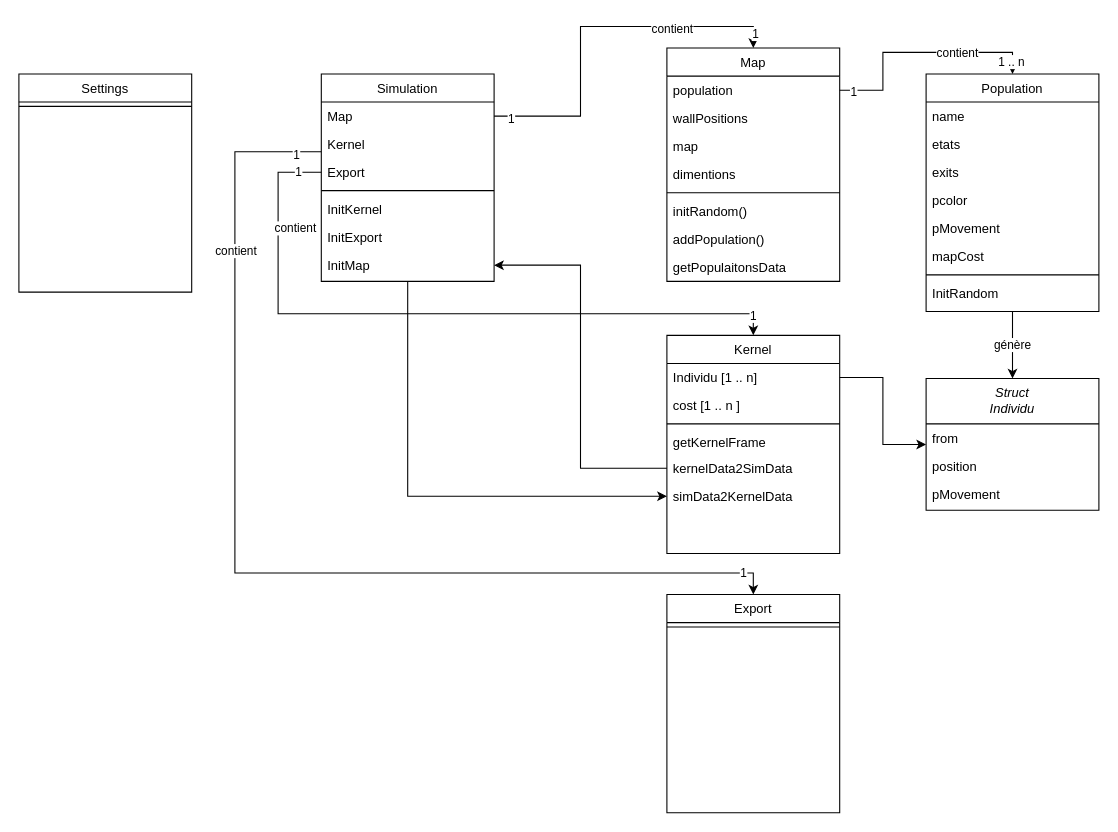
Before: markdown/content/digramULM.drawio in pastekaztekastor/Crowd-Simulation, a draw.io diagram. Source tidied: cells renumbered, new cells numbered last; positions are measured from the earlier drawing's top-left corner, leaving out a move shared by most shapes. Both pictures are drawn from the tidied source at 108%, with x=0, y=0 at pixel (18, 48).
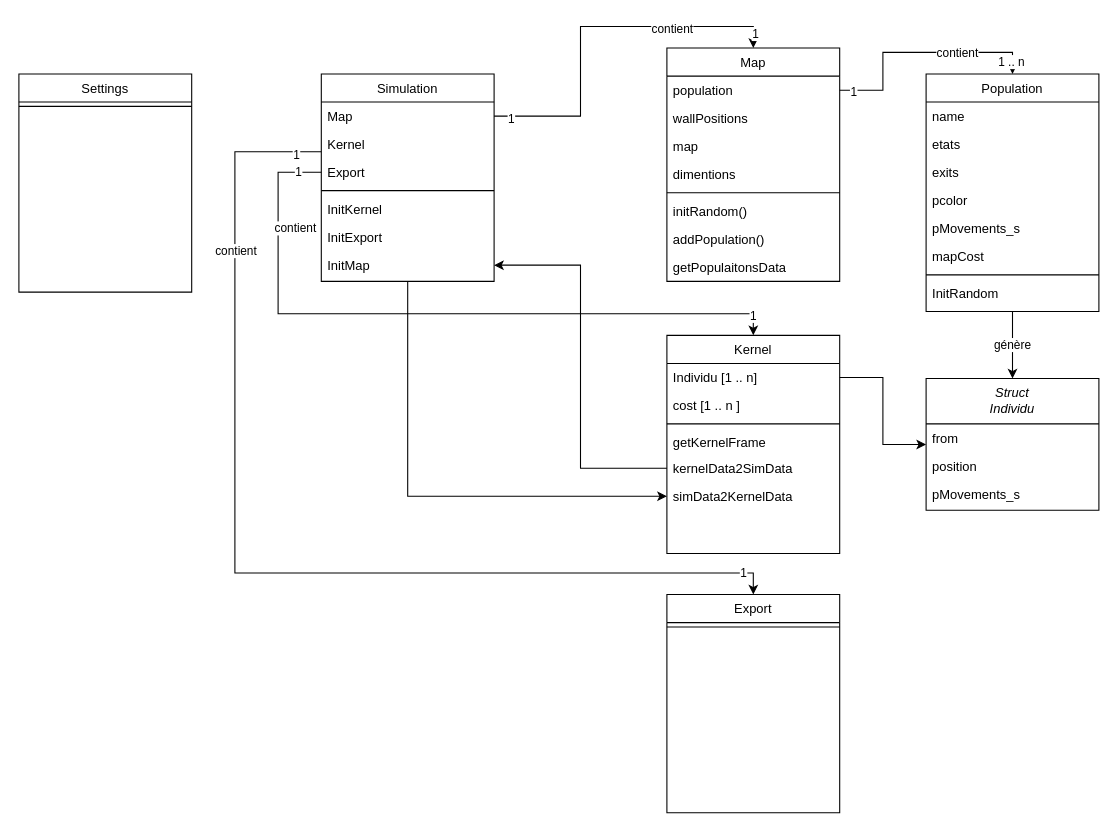
The same page after the edit.

The change refers to these unchanged cells:
```xml
<mxCell id="3" value="Population" style="swimlane;fontStyle=0;align=center;verticalAlign=top;horizontal=1;startSize=26;rounded=0;shadow=0;strokeWidth=1;" parent="1" vertex="1">
  <mxGeometry x="840" y="24" width="160" height="220" as="geometry" />
</mxCell>
<mxCell id="56" value="Struct&#10;Individu" style="swimlane;fontStyle=2;align=center;verticalAlign=top;horizontal=1;startSize=42;rounded=0;shadow=0;strokeWidth=1;" parent="1" vertex="1">
  <mxGeometry x="840" y="306" width="160" height="122" as="geometry" />
</mxCell>
```

The edit, as a diff of the source:
```diff
@@
-    <mxCell id="8" value="pMovement" style="text;align=left;verticalAlign=top;spacingLeft=4;spacingRight=4;overflow=hidden;rounded=0;shadow=0;html=0;" parent="3" vertex="1">
+    <mxCell id="8" value="pMovements_s" style="text;align=left;verticalAlign=top;spacingLeft=4;spacingRight=4;overflow=hidden;rounded=0;shadow=0;html=0;" parent="3" vertex="1">
       <mxGeometry y="130" width="160" height="26" as="geometry" />
     </mxCell>
@@
-    <mxCell id="59" value="pMovement" style="text;align=left;verticalAlign=top;spacingLeft=4;spacingRight=4;overflow=hidden;rounded=0;shadow=0;html=0;" parent="56" vertex="1">
+    <mxCell id="59" value="pMovements_s" style="text;align=left;verticalAlign=top;spacingLeft=4;spacingRight=4;overflow=hidden;rounded=0;shadow=0;html=0;" parent="56" vertex="1">
       <mxGeometry y="94" width="160" height="26" as="geometry" />
     </mxCell>
```
